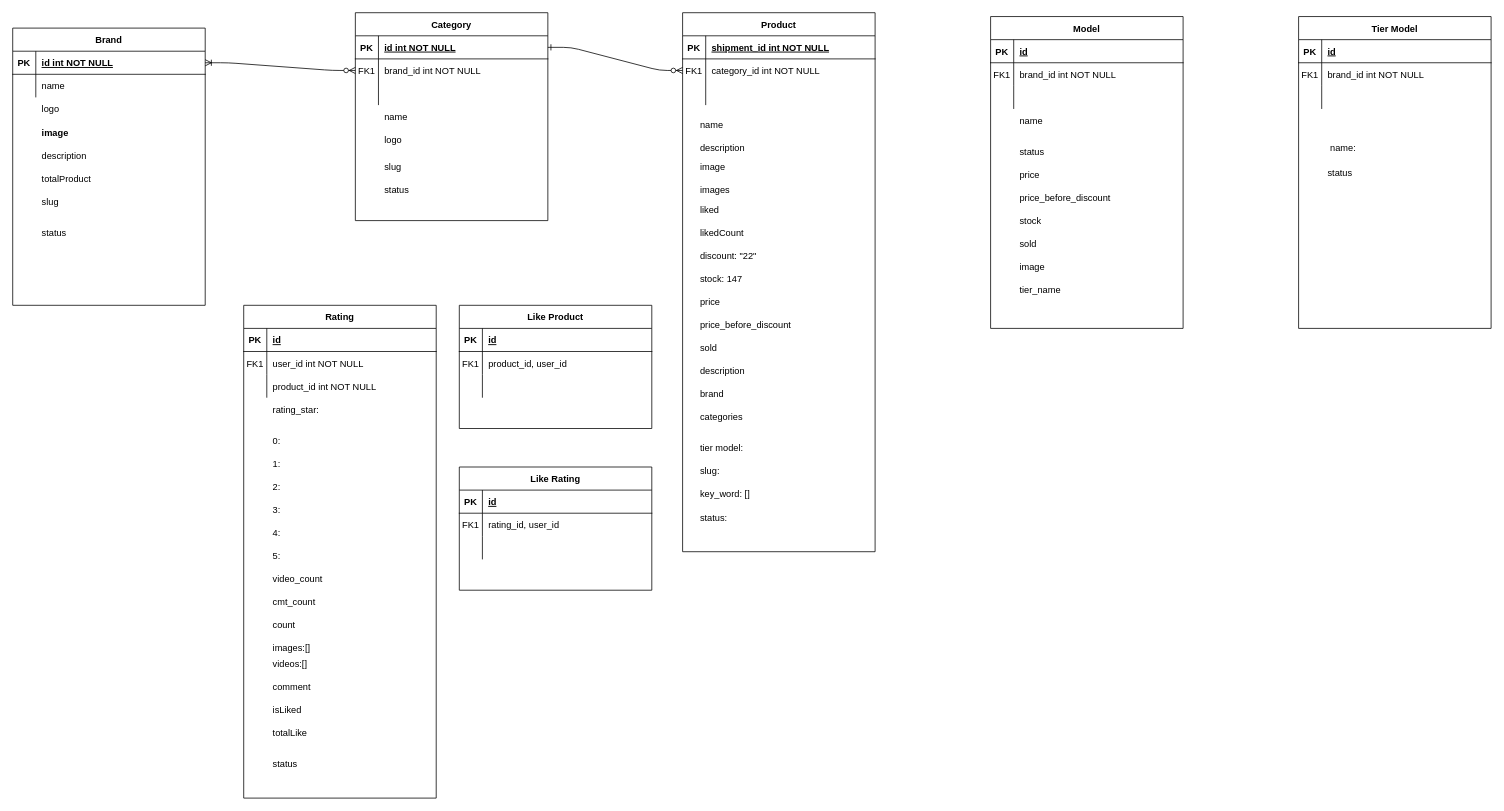
Before: db-design.drawio in TuanHungit/ecomerce-nestjs, a draw.io diagram. Source tidied: cells renumbered, new cells numbered last; positions are measured from the earlier drawing's top-left corner, leaving out a move shared by most shapes. Both pictures are drawn from the tidied source at 77%, with x=0, y=0 at pixel (12, 12).
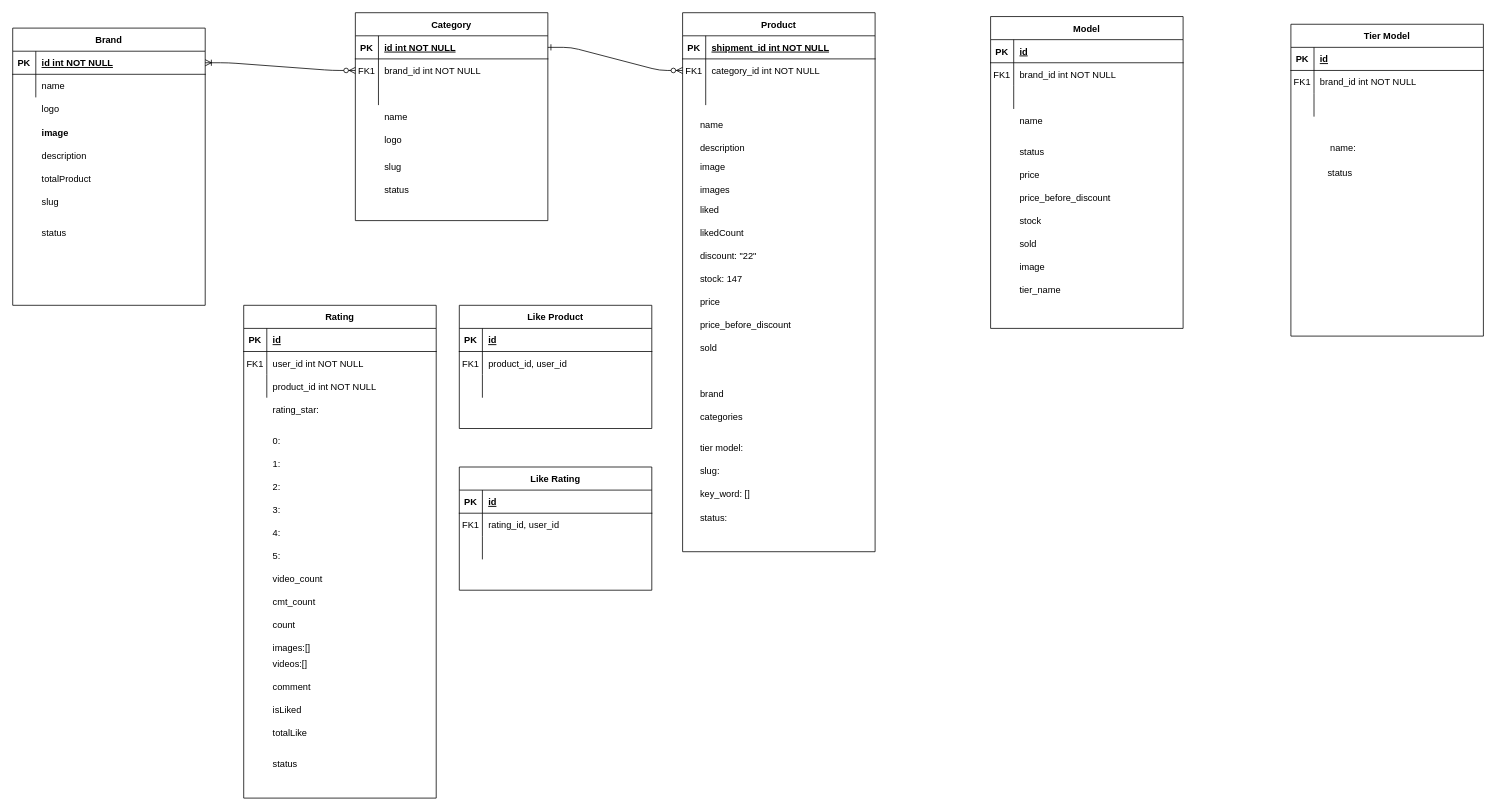
The same page after the edit.

What changed in the source:
```diff
@@
-    <mxCell id="52" value="description" style="shape=partialRectangle;overflow=hidden;fillColor=none;top=0;left=0;bottom=0;right=0;align=left;spacingLeft=6;" parent="1" vertex="1">
-      <mxGeometry x="885" y="450" width="220" height="30" as="geometry" />
-    </mxCell>
@@
     <mxCell id="92" value="Tier Model" style="shape=table;startSize=30;childLayout=tableLayout;rowLines=0;fontStyle=1;align=center;" parent="1" vertex="1">
-      <mxGeometry x="1670" y="5" width="250" height="405" as="geometry" />
+      <mxGeometry x="1660" y="15" width="250" height="405" as="geometry" />
     </mxCell>
```
